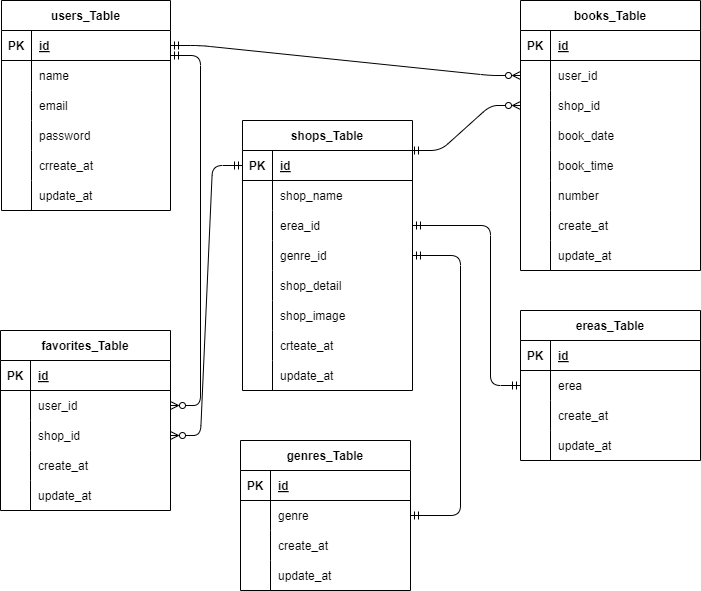
Earlier version of the draw.io export .drawio.png (kanai-naoki/advance_mission). Source tidied: cells renumbered, new cells last; positions are measured from the earlier drawing's top-left corner, leaving out a move shared by most shapes.
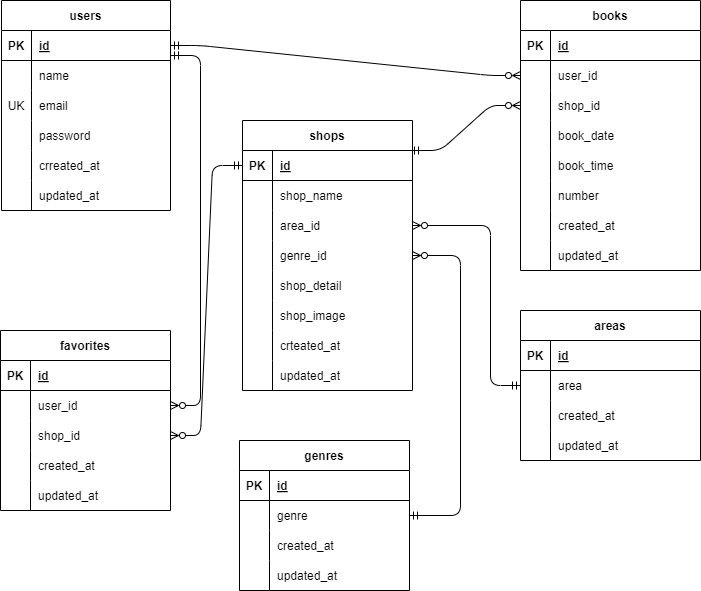
After the change.

Change to the diagram source:
```diff
@@ -2,7 +2,7 @@
   <root>
     <mxCell id="0" />
     <mxCell id="1" parent="0" />
-    <mxCell id="2" value="users_Table" style="shape=table;startSize=30;rowLines=0;fontStyle=1;align=center;rounded=0;" parent="1" vertex="1">
+    <mxCell id="2" value="users" style="shape=table;startSize=30;rowLines=0;fontStyle=1;align=center;rounded=0;" parent="1" vertex="1">
       <mxGeometry x="1" width="169" height="210" as="geometry" />
     </mxCell>
     <mxCell id="3" style="shape=tableRow;horizontal=0;startSize=0;swimlaneHead=0;swimlaneBody=0;fillColor=none;points=[[0,0.5],[1,0.5]];portConstraint=eastwest;top=0;left=0;right=0;bottom=1;rounded=0;" parent="2" vertex="1">
@@ -26,7 +26,7 @@
     <mxCell id="9" style="shape=tableRow;horizontal=0;startSize=0;swimlaneHead=0;swimlaneBody=0;fillColor=none;top=0;left=0;right=0;bottom=0;rounded=0;" parent="2" vertex="1">
       <mxGeometry y="90" width="169" height="30" as="geometry" />
     </mxCell>
-    <mxCell id="10" style="shape=partialRectangle;fillColor=none;top=0;left=0;bottom=0;right=0;overflow=hidden;rounded=0;" parent="9" vertex="1">
+    <mxCell id="10" value="UK" style="shape=partialRectangle;fillColor=none;top=0;left=0;bottom=0;right=0;overflow=hidden;rounded=0;" parent="9" vertex="1">
       <mxGeometry width="30" height="30" as="geometry" />
     </mxCell>
     <mxCell id="11" value="email" style="shape=partialRectangle;fillColor=none;top=0;left=0;bottom=0;right=0;align=left;spacingLeft=6;overflow=hidden;rounded=0;" parent="9" vertex="1">
@@ -47,7 +47,7 @@
     <mxCell id="16" style="shape=partialRectangle;fillColor=none;top=0;left=0;bottom=0;right=0;overflow=hidden;rounded=0;" parent="15" vertex="1">
       <mxGeometry width="30" height="30" as="geometry" />
     </mxCell>
-    <mxCell id="17" value="crreate_at" style="shape=partialRectangle;fillColor=none;top=0;left=0;bottom=0;right=0;align=left;spacingLeft=6;overflow=hidden;rounded=0;" parent="15" vertex="1">
+    <mxCell id="17" value="crreated_at" style="shape=partialRectangle;fillColor=none;top=0;left=0;bottom=0;right=0;align=left;spacingLeft=6;overflow=hidden;rounded=0;" parent="15" vertex="1">
       <mxGeometry x="30" width="139" height="30" as="geometry" />
     </mxCell>
     <mxCell id="18" style="shape=tableRow;horizontal=0;startSize=0;swimlaneHead=0;swimlaneBody=0;fillColor=none;top=0;left=0;right=0;bottom=0;rounded=0;" parent="2" vertex="1">
@@ -56,10 +56,10 @@
     <mxCell id="19" style="shape=partialRectangle;fillColor=none;top=0;left=0;bottom=0;right=0;overflow=hidden;rounded=0;" parent="18" vertex="1">
       <mxGeometry width="30" height="30" as="geometry" />
     </mxCell>
-    <mxCell id="20" value="update_at" style="shape=partialRectangle;fillColor=none;top=0;left=0;bottom=0;right=0;align=left;spacingLeft=6;overflow=hidden;rounded=0;" parent="18" vertex="1">
+    <mxCell id="20" value="updated_at" style="shape=partialRectangle;fillColor=none;top=0;left=0;bottom=0;right=0;align=left;spacingLeft=6;overflow=hidden;rounded=0;" parent="18" vertex="1">
       <mxGeometry x="30" width="139" height="30" as="geometry" />
     </mxCell>
-    <mxCell id="21" value="books_Table" style="shape=table;startSize=30;rowLines=0;fontStyle=1;align=center;rounded=0;" parent="1" vertex="1">
+    <mxCell id="21" value="books" style="shape=table;startSize=30;rowLines=0;fontStyle=1;align=center;rounded=0;" parent="1" vertex="1">
       <mxGeometry x="520" width="180" height="270" as="geometry" />
     </mxCell>
     <mxCell id="22" style="shape=tableRow;horizontal=0;startSize=0;swimlaneHead=0;swimlaneBody=0;fillColor=none;top=0;left=0;right=0;bottom=1;rounded=0;" parent="21" vertex="1">
@@ -122,7 +122,7 @@
     <mxCell id="41" style="shape=partialRectangle;fillColor=none;top=0;left=0;bottom=0;right=0;overflow=hidden;rounded=0;" parent="40" vertex="1">
       <mxGeometry width="30" height="30" as="geometry" />
     </mxCell>
-    <mxCell id="42" value="create_at" style="shape=partialRectangle;fillColor=none;top=0;left=0;bottom=0;right=0;align=left;spacingLeft=6;overflow=hidden;rounded=0;" parent="40" vertex="1">
+    <mxCell id="42" value="created_at" style="shape=partialRectangle;fillColor=none;top=0;left=0;bottom=0;right=0;align=left;spacingLeft=6;overflow=hidden;rounded=0;" parent="40" vertex="1">
       <mxGeometry x="30" width="150" height="30" as="geometry" />
     </mxCell>
     <mxCell id="43" style="shape=tableRow;horizontal=0;startSize=0;swimlaneHead=0;swimlaneBody=0;fillColor=none;top=0;left=0;right=0;bottom=0;rounded=0;" parent="21" vertex="1">
@@ -131,13 +131,13 @@
     <mxCell id="44" style="shape=partialRectangle;fillColor=none;top=0;left=0;bottom=0;right=0;overflow=hidden;rounded=0;" parent="43" vertex="1">
       <mxGeometry width="30" height="30" as="geometry" />
     </mxCell>
-    <mxCell id="45" value="update_at" style="shape=partialRectangle;fillColor=none;top=0;left=0;bottom=0;right=0;align=left;spacingLeft=6;overflow=hidden;rounded=0;" parent="43" vertex="1">
+    <mxCell id="45" value="updated_at" style="shape=partialRectangle;fillColor=none;top=0;left=0;bottom=0;right=0;align=left;spacingLeft=6;overflow=hidden;rounded=0;" parent="43" vertex="1">
       <mxGeometry x="30" width="150" height="30" as="geometry" />
     </mxCell>
     <mxCell id="46" style="edgeStyle=entityRelationEdgeStyle;fontSize=12;html=1;endArrow=ERzeroToMany;startArrow=ERmandOne;exitX=1;exitY=0.5;exitDx=0;exitDy=0;entryX=0;entryY=0.5;entryDx=0;entryDy=0;endFill=0;" parent="1" edge="1" source="3" target="25">
       <mxGeometry relative="1" as="geometry" />
     </mxCell>
-    <mxCell id="47" value="shops_Table" style="shape=table;startSize=30;rowLines=0;fontStyle=1;align=center;" parent="1" vertex="1">
+    <mxCell id="47" value="shops" style="shape=table;startSize=30;rowLines=0;fontStyle=1;align=center;" parent="1" vertex="1">
       <mxGeometry x="242" y="120" width="170" height="270" as="geometry" />
     </mxCell>
     <mxCell id="48" style="shape=tableRow;horizontal=0;startSize=0;swimlaneHead=0;swimlaneBody=0;fillColor=none;points=[[0,0.5],[1,0.5]];portConstraint=eastwest;top=0;left=0;right=0;bottom=1;" parent="47" vertex="1">
@@ -164,7 +164,7 @@
     <mxCell id="55" style="shape=partialRectangle;fillColor=none;top=0;left=0;bottom=0;right=0;overflow=hidden;" parent="54" vertex="1">
       <mxGeometry width="30" height="30" as="geometry" />
     </mxCell>
-    <mxCell id="56" value="erea_id" style="shape=partialRectangle;fillColor=none;top=0;left=0;bottom=0;right=0;align=left;spacingLeft=6;overflow=hidden;" parent="54" vertex="1">
+    <mxCell id="56" value="area_id" style="shape=partialRectangle;fillColor=none;top=0;left=0;bottom=0;right=0;align=left;spacingLeft=6;overflow=hidden;" parent="54" vertex="1">
       <mxGeometry x="30" width="140" height="30" as="geometry" />
     </mxCell>
     <mxCell id="57" style="shape=tableRow;horizontal=0;startSize=0;swimlaneHead=0;swimlaneBody=0;fillColor=none;points=[[0,0.5],[1,0.5]];portConstraint=eastwest;top=0;left=0;right=0;bottom=0;" parent="47" vertex="1">
@@ -200,7 +200,7 @@
     <mxCell id="67" style="shape=partialRectangle;fillColor=none;top=0;left=0;bottom=0;right=0;overflow=hidden;" parent="66" vertex="1">
       <mxGeometry width="30" height="30" as="geometry" />
     </mxCell>
-    <mxCell id="68" value="crteate_at" style="shape=partialRectangle;fillColor=none;top=0;left=0;bottom=0;right=0;align=left;spacingLeft=6;overflow=hidden;" parent="66" vertex="1">
+    <mxCell id="68" value="crteated_at" style="shape=partialRectangle;fillColor=none;top=0;left=0;bottom=0;right=0;align=left;spacingLeft=6;overflow=hidden;" parent="66" vertex="1">
       <mxGeometry x="30" width="140" height="30" as="geometry" />
     </mxCell>
     <mxCell id="69" style="shape=tableRow;horizontal=0;startSize=0;swimlaneHead=0;swimlaneBody=0;fillColor=none;top=0;left=0;right=0;bottom=0;" parent="47" vertex="1">
@@ -209,7 +209,7 @@
     <mxCell id="70" style="shape=partialRectangle;fillColor=none;top=0;left=0;bottom=0;right=0;overflow=hidden;" parent="69" vertex="1">
       <mxGeometry width="30" height="30" as="geometry" />
     </mxCell>
-    <mxCell id="71" value="update_at" style="shape=partialRectangle;fillColor=none;top=0;left=0;bottom=0;right=0;align=left;spacingLeft=6;overflow=hidden;" parent="69" vertex="1">
+    <mxCell id="71" value="updated_at" style="shape=partialRectangle;fillColor=none;top=0;left=0;bottom=0;right=0;align=left;spacingLeft=6;overflow=hidden;" parent="69" vertex="1">
       <mxGeometry x="30" width="140" height="30" as="geometry" />
     </mxCell>
     <mxCell id="72" style="edgeStyle=entityRelationEdgeStyle;fontSize=12;html=1;endArrow=ERzeroToMany;startArrow=ERmandOne;entryX=0;entryY=0.5;entryDx=0;entryDy=0;endFill=0;" parent="1" edge="1" target="28">
@@ -217,7 +217,7 @@
         <mxPoint x="410" y="150" as="sourcePoint" />
       </mxGeometry>
     </mxCell>
-    <mxCell id="73" value="favorites_Table" style="shape=table;startSize=30;rowLines=0;fontStyle=1;align=center;" parent="1" vertex="1">
+    <mxCell id="73" value="favorites" style="shape=table;startSize=30;rowLines=0;fontStyle=1;align=center;" parent="1" vertex="1">
       <mxGeometry y="330" width="170" height="180" as="geometry" />
     </mxCell>
     <mxCell id="74" style="shape=tableRow;horizontal=0;startSize=0;swimlaneHead=0;swimlaneBody=0;fillColor=none;top=0;left=0;right=0;bottom=1;" parent="73" vertex="1">
@@ -253,7 +253,7 @@
     <mxCell id="84" style="shape=partialRectangle;fillColor=none;top=0;left=0;bottom=0;right=0;overflow=hidden;" parent="83" vertex="1">
       <mxGeometry width="30" height="30" as="geometry" />
     </mxCell>
-    <mxCell id="85" value="create_at" style="shape=partialRectangle;fillColor=none;top=0;left=0;bottom=0;right=0;align=left;spacingLeft=6;overflow=hidden;" parent="83" vertex="1">
+    <mxCell id="85" value="created_at" style="shape=partialRectangle;fillColor=none;top=0;left=0;bottom=0;right=0;align=left;spacingLeft=6;overflow=hidden;" parent="83" vertex="1">
       <mxGeometry x="30" width="140" height="30" as="geometry" />
     </mxCell>
     <mxCell id="86" style="shape=tableRow;horizontal=0;startSize=0;swimlaneHead=0;swimlaneBody=0;fillColor=none;top=0;left=0;right=0;bottom=0;" parent="73" vertex="1">
@@ -262,10 +262,10 @@
     <mxCell id="87" style="shape=partialRectangle;fillColor=none;top=0;left=0;bottom=0;right=0;overflow=hidden;" parent="86" vertex="1">
       <mxGeometry width="30" height="30" as="geometry" />
     </mxCell>
-    <mxCell id="88" value="update_at" style="shape=partialRectangle;fillColor=none;top=0;left=0;bottom=0;right=0;align=left;spacingLeft=6;overflow=hidden;" parent="86" vertex="1">
+    <mxCell id="88" value="updated_at" style="shape=partialRectangle;fillColor=none;top=0;left=0;bottom=0;right=0;align=left;spacingLeft=6;overflow=hidden;" parent="86" vertex="1">
       <mxGeometry x="30" width="140" height="30" as="geometry" />
     </mxCell>
-    <mxCell id="89" value="ereas_Table" style="shape=table;startSize=30;rowLines=0;fontStyle=1;align=center;" parent="1" vertex="1">
+    <mxCell id="89" value="areas" style="shape=table;startSize=30;rowLines=0;fontStyle=1;align=center;" parent="1" vertex="1">
       <mxGeometry x="520" y="310" width="180" height="150" as="geometry" />
     </mxCell>
     <mxCell id="90" style="shape=tableRow;horizontal=0;startSize=0;swimlaneHead=0;swimlaneBody=0;fillColor=none;top=0;left=0;right=0;bottom=1;" parent="89" vertex="1">
@@ -283,7 +283,7 @@
     <mxCell id="94" style="shape=partialRectangle;fillColor=none;top=0;left=0;bottom=0;right=0;overflow=hidden;" parent="93" vertex="1">
       <mxGeometry width="30" height="30" as="geometry" />
     </mxCell>
-    <mxCell id="95" value="erea" style="shape=partialRectangle;fillColor=none;top=0;left=0;bottom=0;right=0;align=left;spacingLeft=6;overflow=hidden;" parent="93" vertex="1">
+    <mxCell id="95" value="area" style="shape=partialRectangle;fillColor=none;top=0;left=0;bottom=0;right=0;align=left;spacingLeft=6;overflow=hidden;" parent="93" vertex="1">
       <mxGeometry x="30" width="150" height="30" as="geometry" />
     </mxCell>
     <mxCell id="96" style="shape=tableRow;horizontal=0;startSize=0;swimlaneHead=0;swimlaneBody=0;fillColor=none;top=0;left=0;right=0;bottom=0;" parent="89" vertex="1">
@@ -292,7 +292,7 @@
     <mxCell id="97" style="shape=partialRectangle;fillColor=none;top=0;left=0;bottom=0;right=0;overflow=hidden;" parent="96" vertex="1">
       <mxGeometry width="30" height="30" as="geometry" />
     </mxCell>
-    <mxCell id="98" value="create_at" style="shape=partialRectangle;fillColor=none;top=0;left=0;bottom=0;right=0;align=left;spacingLeft=6;overflow=hidden;" parent="96" vertex="1">
+    <mxCell id="98" value="created_at" style="shape=partialRectangle;fillColor=none;top=0;left=0;bottom=0;right=0;align=left;spacingLeft=6;overflow=hidden;" parent="96" vertex="1">
       <mxGeometry x="30" width="150" height="30" as="geometry" />
     </mxCell>
     <mxCell id="99" style="shape=tableRow;horizontal=0;startSize=0;swimlaneHead=0;swimlaneBody=0;fillColor=none;top=0;left=0;right=0;bottom=0;" parent="89" vertex="1">
@@ -301,11 +301,12 @@
     <mxCell id="100" style="shape=partialRectangle;fillColor=none;top=0;left=0;bottom=0;right=0;overflow=hidden;" parent="99" vertex="1">
       <mxGeometry width="30" height="30" as="geometry" />
     </mxCell>
-    <mxCell id="101" value="update_at" style="shape=partialRectangle;fillColor=none;top=0;left=0;bottom=0;right=0;align=left;spacingLeft=6;overflow=hidden;" parent="99" vertex="1">
+    <mxCell id="101" value="updated_at" style="shape=partialRectangle;fillColor=none;top=0;left=0;bottom=0;right=0;align=left;spacingLeft=6;overflow=hidden;" parent="99" vertex="1">
       <mxGeometry x="30" width="150" height="30" as="geometry" />
     </mxCell>
-    <mxCell id="102" style="edgeStyle=orthogonalEdgeStyle;fontSize=12;html=1;endArrow=ERmandOne;startArrow=ERmandOne;entryX=0;entryY=0.5;entryDx=0;entryDy=0;exitX=1;exitY=0.5;exitDx=0;exitDy=0;" parent="1" edge="1" source="54" target="93">
+    <mxCell id="102" style="edgeStyle=orthogonalEdgeStyle;fontSize=12;html=1;endArrow=ERmandOne;startArrow=ERzeroToMany;entryX=0;entryY=0.5;entryDx=0;entryDy=0;endFill=0;startFill=0;" parent="1" edge="1" target="93">
       <mxGeometry relative="1" as="geometry">
+        <mxPoint x="412" y="225" as="sourcePoint" />
         <Array as="points">
           <mxPoint x="490" y="225" />
           <mxPoint x="490" y="385" />
@@ -320,8 +321,8 @@
     <mxCell id="104" style="edgeStyle=entityRelationEdgeStyle;fontSize=12;html=1;endArrow=ERzeroToMany;startArrow=ERmandOne;exitX=0;exitY=0.5;exitDx=0;exitDy=0;entryX=1;entryY=0.5;entryDx=0;entryDy=0;endFill=0;" parent="1" edge="1" source="48" target="80">
       <mxGeometry relative="1" as="geometry" />
     </mxCell>
-    <mxCell id="105" value="genres_Table" style="shape=table;startSize=30;rowLines=0;fontStyle=1;align=center;" parent="1" vertex="1">
-      <mxGeometry x="240" y="440" width="170" height="150" as="geometry" />
+    <mxCell id="105" value="genres" style="shape=table;startSize=30;rowLines=0;fontStyle=1;align=center;" parent="1" vertex="1">
+      <mxGeometry x="239" y="440" width="170" height="150" as="geometry" />
     </mxCell>
     <mxCell id="106" style="shape=tableRow;horizontal=0;startSize=0;swimlaneHead=0;swimlaneBody=0;fillColor=none;top=0;left=0;right=0;bottom=1;" parent="105" vertex="1">
       <mxGeometry y="30" width="170" height="30" as="geometry" />
@@ -347,7 +348,7 @@
     <mxCell id="113" style="shape=partialRectangle;fillColor=none;top=0;left=0;bottom=0;right=0;overflow=hidden;" parent="112" vertex="1">
       <mxGeometry width="30" height="30" as="geometry" />
     </mxCell>
-    <mxCell id="114" value="create_at" style="shape=partialRectangle;fillColor=none;top=0;left=0;bottom=0;right=0;align=left;spacingLeft=6;overflow=hidden;" parent="112" vertex="1">
+    <mxCell id="114" value="created_at" style="shape=partialRectangle;fillColor=none;top=0;left=0;bottom=0;right=0;align=left;spacingLeft=6;overflow=hidden;" parent="112" vertex="1">
       <mxGeometry x="30" width="140" height="30" as="geometry" />
     </mxCell>
     <mxCell id="115" style="shape=tableRow;horizontal=0;startSize=0;swimlaneHead=0;swimlaneBody=0;fillColor=none;top=0;left=0;right=0;bottom=0;" parent="105" vertex="1">
@@ -356,10 +357,10 @@
     <mxCell id="116" style="shape=partialRectangle;fillColor=none;top=0;left=0;bottom=0;right=0;overflow=hidden;" parent="115" vertex="1">
       <mxGeometry width="30" height="30" as="geometry" />
     </mxCell>
-    <mxCell id="117" value="update_at" style="shape=partialRectangle;fillColor=none;top=0;left=0;bottom=0;right=0;align=left;spacingLeft=6;overflow=hidden;" parent="115" vertex="1">
+    <mxCell id="117" value="updated_at" style="shape=partialRectangle;fillColor=none;top=0;left=0;bottom=0;right=0;align=left;spacingLeft=6;overflow=hidden;" parent="115" vertex="1">
       <mxGeometry x="30" width="140" height="30" as="geometry" />
     </mxCell>
-    <mxCell id="118" style="fontSize=12;html=1;endArrow=ERmandOne;startArrow=ERmandOne;exitX=1;exitY=0.5;exitDx=0;exitDy=0;entryX=1;entryY=0.5;entryDx=0;entryDy=0;" parent="1" edge="1" source="57" target="109">
+    <mxCell id="118" style="fontSize=12;html=1;endArrow=ERmandOne;startArrow=ERzeroToMany;exitX=1;exitY=0.5;exitDx=0;exitDy=0;entryX=1;entryY=0.5;entryDx=0;entryDy=0;endFill=0;startFill=0;" parent="1" edge="1" source="57" target="109">
       <mxGeometry relative="1" as="geometry">
         <Array as="points">
           <mxPoint x="460" y="255" />
```
